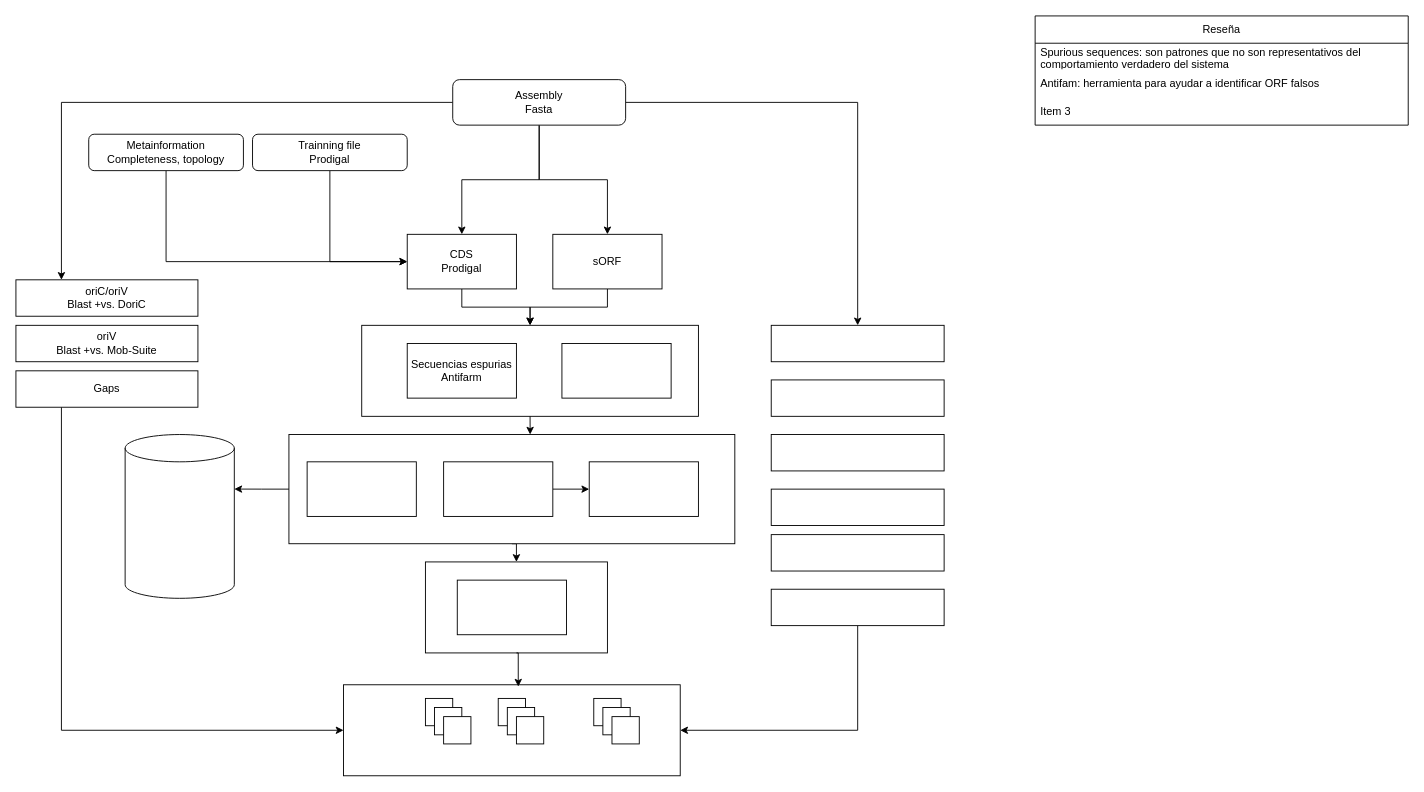
This is Diagrama sin título.drawio from danycp5/Trabajo_final, a draw.io file, before an edit. Source tidied: cells renumbered, new cells numbered last; positions are measured from the earlier drawing's top-left corner, leaving out a move shared by most shapes. Both pictures are drawn from the tidied source at 91%, with x=0, y=0 at pixel (15, 15).
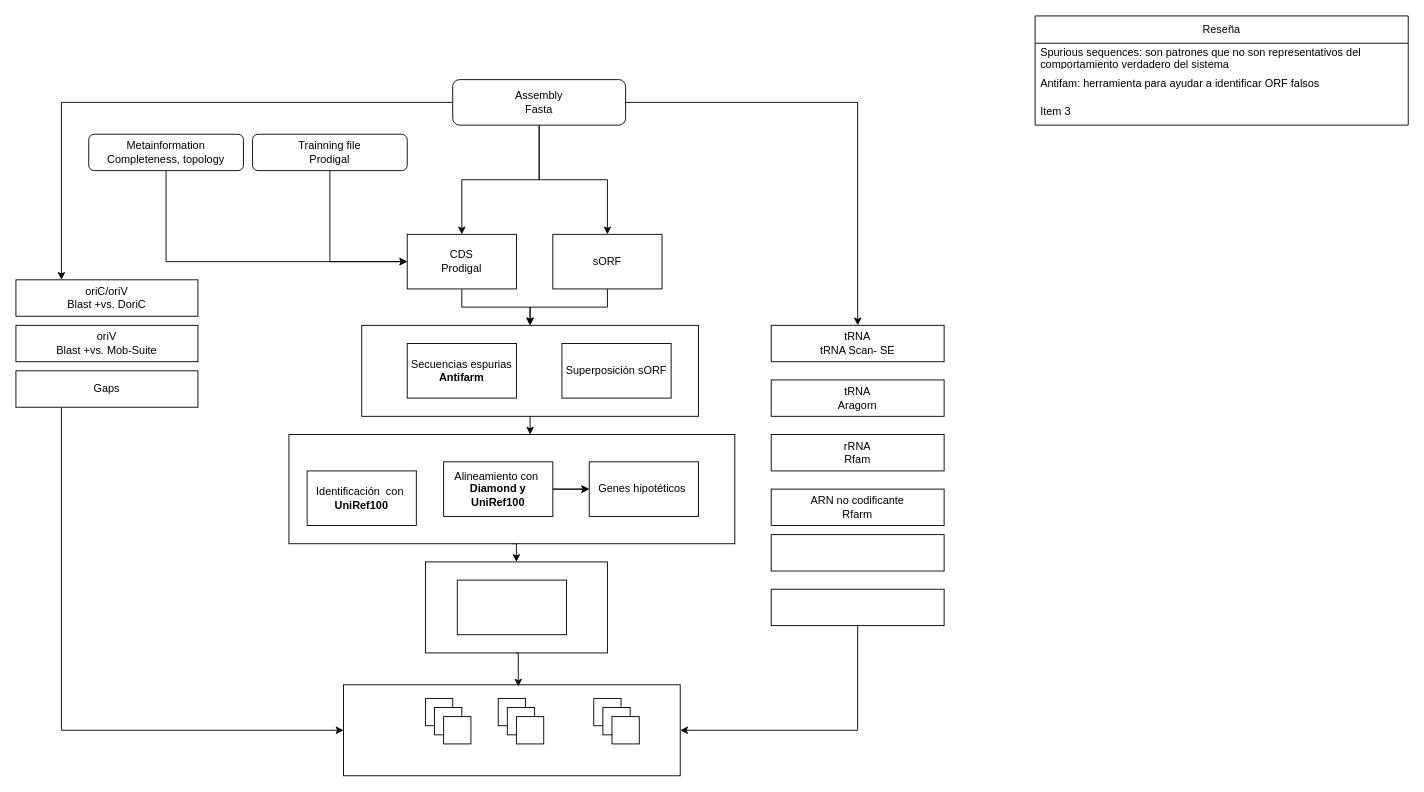
After the change.

Unchanged cells that the change refers to:
```xml
<mxCell id="4" style="rounded=0;whiteSpace=wrap;html=1;" parent="1" vertex="1">
  <mxGeometry x="300" y="460" width="490" height="120" as="geometry" />
</mxCell>
```

Change to the diagram source:
```diff
@@
-    <mxCell id="10" value="&lt;div&gt;Secuencias espurias&lt;/div&gt;&lt;div&gt;Antifarm&lt;/div&gt;" style="rounded=0;whiteSpace=wrap;html=1;" parent="1" vertex="1">
+    <mxCell id="10" value="&lt;div&gt;Secuencias espurias&lt;/div&gt;&lt;div&gt;&lt;b&gt;Antifarm&lt;/b&gt;&lt;/div&gt;" style="rounded=0;whiteSpace=wrap;html=1;" parent="1" vertex="1">
       <mxGeometry x="430" y="360" width="120" height="60" as="geometry" />
     </mxCell>
-    <mxCell id="11" style="rounded=0;whiteSpace=wrap;html=1;" parent="1" vertex="1">
+    <mxCell id="11" value="Superposición sORF" style="rounded=0;whiteSpace=wrap;html=1;" parent="1" vertex="1">
       <mxGeometry x="600" y="360" width="120" height="60" as="geometry" />
     </mxCell>
-    <mxCell id="12" style="rounded=0;whiteSpace=wrap;html=1;" parent="1" vertex="1">
+    <mxCell id="12" value="Genes hipotéticos&amp;nbsp;" style="rounded=0;whiteSpace=wrap;html=1;" parent="1" vertex="1">
       <mxGeometry x="630" y="490" width="120" height="60" as="geometry" />
     </mxCell>
@@
+    <mxCell id="55" style="edgeStyle=orthogonalEdgeStyle;rounded=0;jettySize=auto;html=1;" parent="1" edge="1" source="14" target="12">
+      <mxGeometry relative="1" as="geometry" />
+    </mxCell>
-    <mxCell id="14" style="rounded=0;whiteSpace=wrap;html=1;" parent="1" vertex="1">
+    <mxCell id="14" value="Alineamiento con&amp;nbsp;&lt;br&gt;&lt;b&gt;Diamond y UniRef100&lt;/b&gt;" style="rounded=0;whiteSpace=wrap;html=1;" parent="1" vertex="1">
       <mxGeometry x="470" y="490" width="120" height="60" as="geometry" />
     </mxCell>
-    <mxCell id="15" style="rounded=0;whiteSpace=wrap;html=1;" parent="1" vertex="1">
-      <mxGeometry x="320" y="490" width="120" height="60" as="geometry" />
+    <mxCell id="15" value="Identificación&amp;nbsp; con&amp;nbsp;&lt;br&gt;&lt;b&gt;UniRef100&lt;/b&gt;" style="rounded=0;whiteSpace=wrap;html=1;" parent="1" vertex="1">
+      <mxGeometry x="320" y="500" width="120" height="60" as="geometry" />
     </mxCell>
@@
-    <mxCell id="27" style="rounded=0;whiteSpace=wrap;html=1;" parent="1" vertex="1">
+    <mxCell id="27" value="tRNA&lt;br&gt;tRNA Scan- SE" style="rounded=0;whiteSpace=wrap;html=1;" parent="1" vertex="1">
       <mxGeometry x="830" y="340" width="190" height="40" as="geometry" />
     </mxCell>
-    <mxCell id="28" style="rounded=0;whiteSpace=wrap;html=1;" parent="1" vertex="1">
+    <mxCell id="28" value="tRNA&lt;br&gt;Aragorn" style="rounded=0;whiteSpace=wrap;html=1;" parent="1" vertex="1">
       <mxGeometry x="830" y="400" width="190" height="40" as="geometry" />
     </mxCell>
-    <mxCell id="29" style="rounded=0;whiteSpace=wrap;html=1;" parent="1" vertex="1">
+    <mxCell id="29" value="rRNA&lt;br&gt;Rfam" style="rounded=0;whiteSpace=wrap;html=1;" parent="1" vertex="1">
       <mxGeometry x="830" y="460" width="190" height="40" as="geometry" />
     </mxCell>
-    <mxCell id="30" style="rounded=0;whiteSpace=wrap;html=1;" parent="1" vertex="1">
+    <mxCell id="30" value="ARN no codificante&lt;br&gt;Rfarm" style="rounded=0;whiteSpace=wrap;html=1;" parent="1" vertex="1">
       <mxGeometry x="830" y="520" width="190" height="40" as="geometry" />
     </mxCell>
@@
-    <mxCell id="47" style="shape=cylinder3;whiteSpace=wrap;html=1;boundedLbl=1;backgroundOutline=1;size=15;" parent="1" vertex="1">
-      <mxGeometry x="120" y="460" width="120" height="180" as="geometry" />
-    </mxCell>
@@
-    <mxCell id="49" style="edgeStyle=orthogonalEdgeStyle;rounded=0;jettySize=auto;html=1;exitX=0;exitY=0.5;exitDx=0;exitDy=0;entryX=1;entryY=0.333;entryDx=0;entryDy=0;entryPerimeter=0;" parent="1" edge="1" source="4" target="47">
-      <mxGeometry relative="1" as="geometry" />
-    </mxCell>
```
